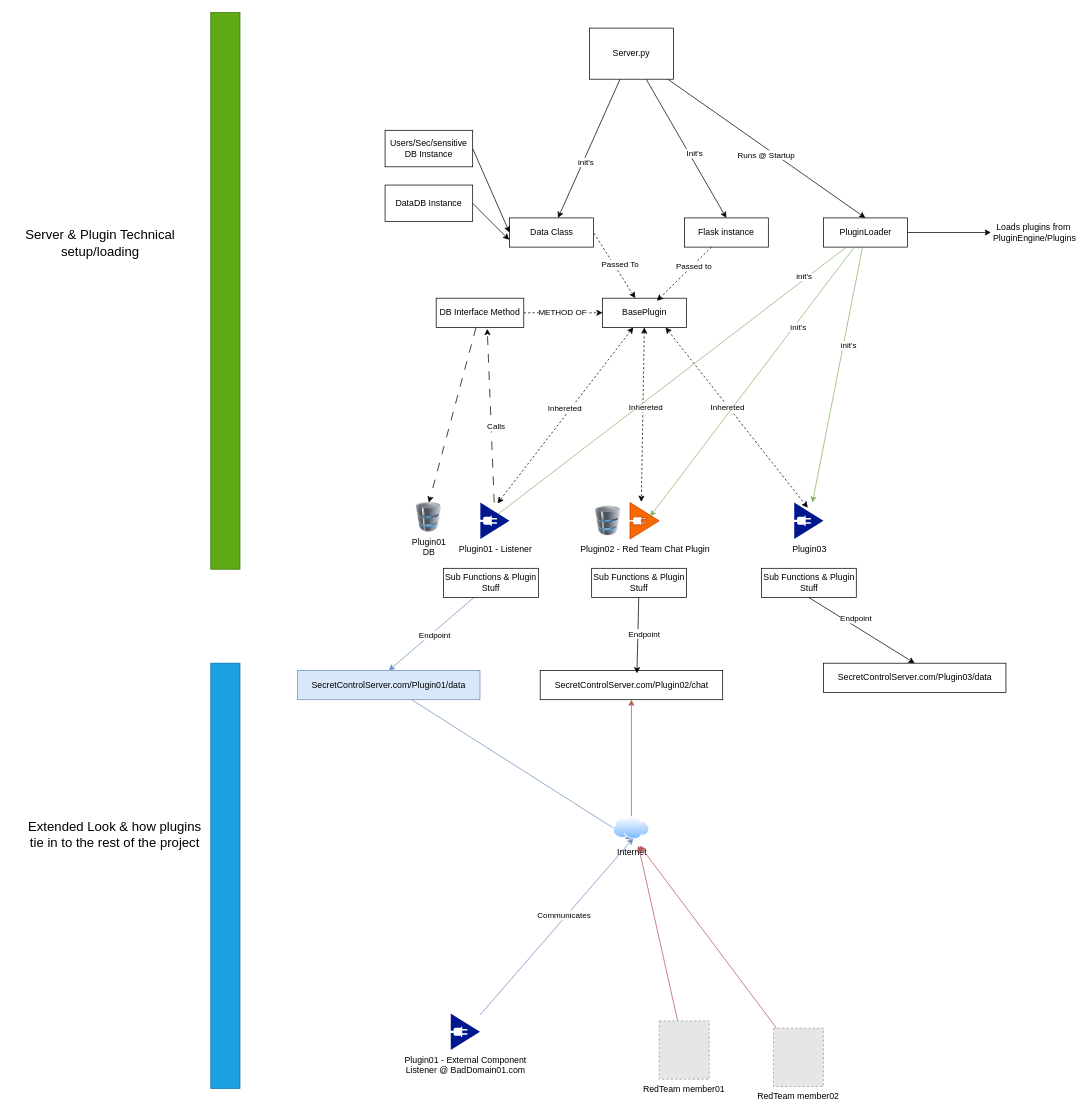
The draw.io diagram .Dev/PluginTechnicalSetup.drawio in ryanq47/WhisperNet, before the edit. Source tidied: cells renumbered, new cells numbered last; positions are measured from the earlier drawing's top-left corner, leaving out a move shared by most shapes. Both pictures are drawn from the tidied source at 73%, with x=0, y=0 at pixel (-53, 28). Pictures stored in the file or linked from it are replaced by grey dashed boxes.
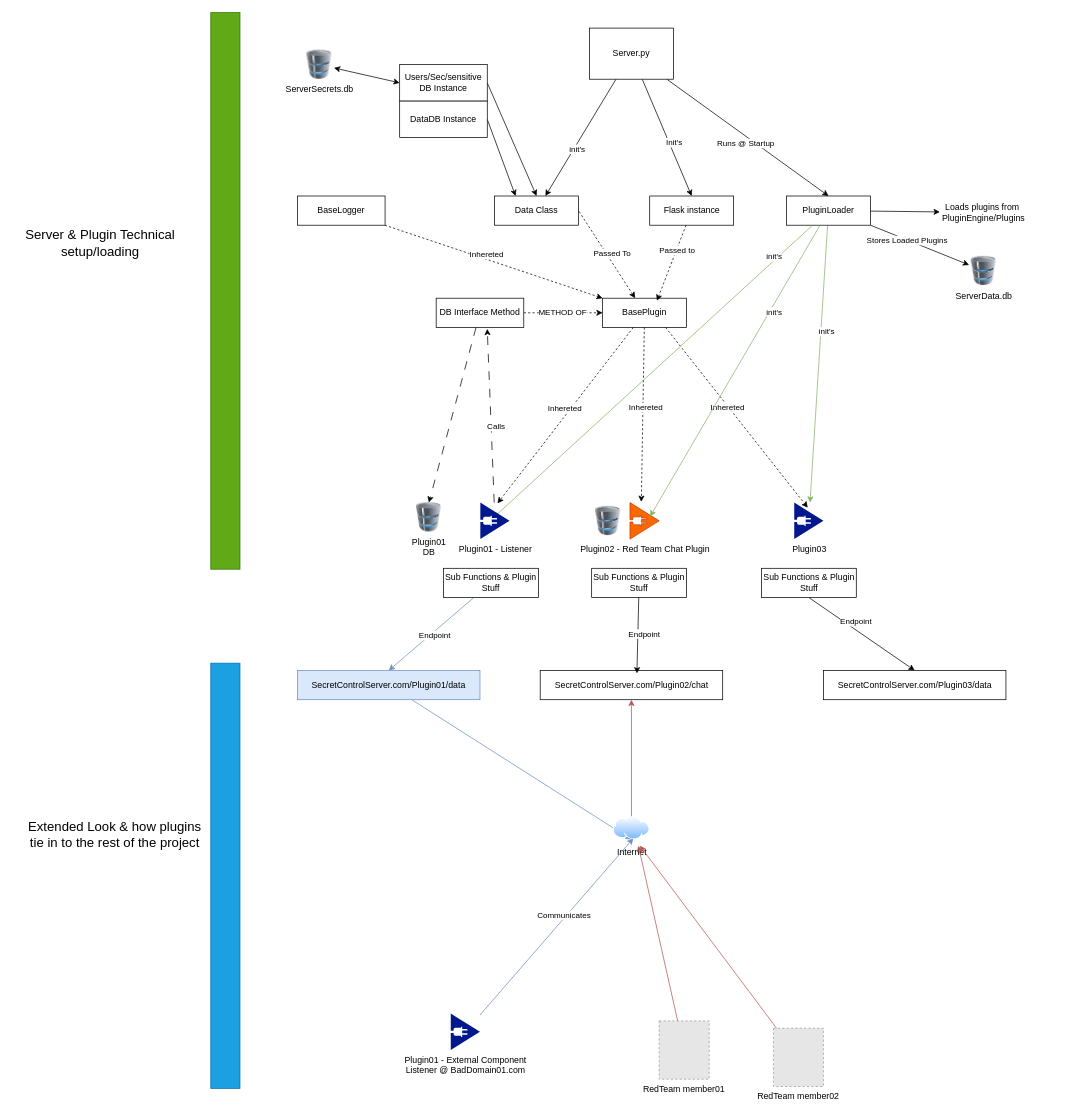
The same diagram, later.

Unchanged cells that the change refers to:
```xml
<mxCell id="9" value="Plugin02 - Red Team Chat Plugin" style="sketch=0;shadow=0;dashed=0;html=1;strokeColor=#C73500;labelPosition=center;verticalLabelPosition=bottom;verticalAlign=top;align=center;fillColor=#fa6800;shape=mxgraph.mscae.enterprise.plug_and_play;fontColor=#000000;" parent="1" vertex="1">
  <mxGeometry x="935.5" y="650" width="40" height="50" as="geometry" />
</mxCell>
<mxCell id="10" value="Plugin03" style="sketch=0;shadow=0;dashed=0;html=1;strokeColor=none;labelPosition=center;verticalLabelPosition=bottom;verticalAlign=top;align=center;fillColor=#00188D;shape=mxgraph.mscae.enterprise.plug_and_play;" parent="1" vertex="1">
  <mxGeometry x="1160.5" y="650" width="40" height="50" as="geometry" />
</mxCell>
<mxCell id="14" value="BasePlugin" style="rounded=0;whiteSpace=wrap;html=1;" parent="1" vertex="1">
  <mxGeometry x="898" y="370" width="115" height="40" as="geometry" />
</mxCell>
<mxCell id="39" value="Plugin01 - Listener" style="sketch=0;shadow=0;dashed=0;html=1;strokeColor=none;labelPosition=center;verticalLabelPosition=bottom;verticalAlign=top;align=center;fillColor=#00188D;shape=mxgraph.mscae.enterprise.plug_and_play;" parent="1" vertex="1">
  <mxGeometry x="730.5" y="650" width="40" height="50" as="geometry" />
</mxCell>
```

Change to the diagram source:
```diff
@@
     <mxCell id="11" value="Data Class" style="rounded=0;whiteSpace=wrap;html=1;" parent="1" vertex="1">
-      <mxGeometry x="770.5" y="260" width="115" height="40" as="geometry" />
+      <mxGeometry x="750" y="230" width="115" height="40" as="geometry" />
     </mxCell>
@@
-    <mxCell id="17" style="edgeStyle=orthogonalEdgeStyle;rounded=0;jettySize=auto;html=1;" parent="1" edge="1" source="18" target="40">
+    <mxCell id="17" style="rounded=0;jettySize=auto;html=1;" parent="1" edge="1" source="18" target="40">
       <mxGeometry relative="1" as="geometry" />
     </mxCell>
     <mxCell id="18" value="PluginLoader" style="rounded=0;whiteSpace=wrap;html=1;" parent="1" vertex="1">
-      <mxGeometry x="1200.5" y="260" width="115" height="40" as="geometry" />
+      <mxGeometry x="1150" y="230" width="115" height="40" as="geometry" />
     </mxCell>
-    <mxCell id="19" style="rounded=0;jettySize=auto;html=1;entryX=0.588;entryY=0.02;entryDx=0;entryDy=0;entryPerimeter=0;dashed=1;startArrow=classic;startFill=1;" parent="1" edge="1" source="14" target="39">
+    <mxCell id="19" style="rounded=0;jettySize=auto;html=1;entryX=0.588;entryY=0.02;entryDx=0;entryDy=0;entryPerimeter=0;dashed=1;startArrow=none;startFill=0;" parent="1" edge="1" source="14" target="39">
       <mxGeometry relative="1" as="geometry" />
     </mxCell>
@@
-    <mxCell id="21" style="rounded=0;jettySize=auto;html=1;entryX=0.388;entryY=-0.02;entryDx=0;entryDy=0;entryPerimeter=0;dashed=1;startArrow=classic;startFill=1;" parent="1" edge="1" source="14" target="9">
+    <mxCell id="21" style="rounded=0;jettySize=auto;html=1;entryX=0.388;entryY=-0.02;entryDx=0;entryDy=0;entryPerimeter=0;dashed=1;startArrow=none;startFill=0;" parent="1" edge="1" source="14" target="9">
       <mxGeometry relative="1" as="geometry" />
     </mxCell>
@@
-    <mxCell id="23" style="rounded=0;jettySize=auto;html=1;exitX=0.75;exitY=1;exitDx=0;exitDy=0;entryX=0.463;entryY=0.14;entryDx=0;entryDy=0;entryPerimeter=0;dashed=1;startArrow=classic;startFill=1;" parent="1" edge="1" source="14" target="10">
+    <mxCell id="23" style="rounded=0;jettySize=auto;html=1;exitX=0.75;exitY=1;exitDx=0;exitDy=0;entryX=0.463;entryY=0.14;entryDx=0;entryDy=0;entryPerimeter=0;dashed=1;startArrow=none;startFill=0;" parent="1" edge="1" source="14" target="10">
       <mxGeometry relative="1" as="geometry" />
     </mxCell>
@@
     <mxCell id="25" value="Flask instance" style="rounded=0;whiteSpace=wrap;html=1;" parent="1" vertex="1">
-      <mxGeometry x="1010" y="260" width="115" height="40" as="geometry" />
+      <mxGeometry x="962.5" y="230" width="115" height="40" as="geometry" />
     </mxCell>
@@
     <mxCell id="40" value="Loads plugins from&amp;nbsp;&lt;br&gt;PluginEngine/Plugins" style="text;html=1;strokeColor=none;fillColor=none;align=center;verticalAlign=middle;whiteSpace=wrap;rounded=0;" parent="1" vertex="1">
-      <mxGeometry x="1430" y="265" width="120" height="30" as="geometry" />
+      <mxGeometry x="1360" y="237.5" width="120" height="30" as="geometry" />
     </mxCell>
@@
     <mxCell id="44" value="SecretControlServer.com/Plugin03/data" style="rounded=0;whiteSpace=wrap;html=1;" parent="1" vertex="1">
-      <mxGeometry x="1200.5" y="870" width="250" height="40" as="geometry" />
+      <mxGeometry x="1200.5" y="880" width="250" height="40" as="geometry" />
     </mxCell>
@@
-    <mxCell id="60" style="rounded=0;jettySize=auto;html=1;exitX=1;exitY=0.5;exitDx=0;exitDy=0;entryX=0;entryY=0.5;entryDx=0;entryDy=0;" parent="1" edge="1" source="61" target="11">
+    <mxCell id="60" style="rounded=0;jettySize=auto;html=1;exitX=1;exitY=0.5;exitDx=0;exitDy=0;entryX=0.5;entryY=0;entryDx=0;entryDy=0;" parent="1" edge="1" source="61" target="11">
       <mxGeometry relative="1" as="geometry" />
     </mxCell>
     <mxCell id="61" value="Users/Sec/sensitive DB Instance" style="rounded=0;whiteSpace=wrap;html=1;" parent="1" vertex="1">
-      <mxGeometry x="600" y="140" width="120" height="50" as="geometry" />
+      <mxGeometry x="620" y="50" width="120" height="50" as="geometry" />
     </mxCell>
-    <mxCell id="62" style="rounded=0;jettySize=auto;html=1;exitX=1;exitY=0.5;exitDx=0;exitDy=0;" parent="1" edge="1" source="63">
-      <mxGeometry relative="1" as="geometry">
-        <mxPoint x="770" y="290" as="targetPoint" />
-      </mxGeometry>
+    <mxCell id="62" style="rounded=0;jettySize=auto;html=1;exitX=1;exitY=0.5;exitDx=0;exitDy=0;entryX=0.25;entryY=0;entryDx=0;entryDy=0;" parent="1" edge="1" source="63" target="11">
+      <mxGeometry relative="1" as="geometry" />
     </mxCell>
     <mxCell id="63" value="DataDB Instance" style="rounded=0;whiteSpace=wrap;html=1;" parent="1" vertex="1">
-      <mxGeometry x="600" y="215" width="120" height="50" as="geometry" />
+      <mxGeometry x="620" y="100" width="120" height="50" as="geometry" />
     </mxCell>
@@
+    <mxCell id="72" style="rounded=0;jettySize=auto;html=1;entryX=0;entryY=0;entryDx=0;entryDy=0;dashed=1;" parent="1" edge="1" source="74" target="14">
+      <mxGeometry relative="1" as="geometry" />
+    </mxCell>
+    <mxCell id="73" value="Inhereted" style="edgeLabel;html=1;align=center;verticalAlign=middle;" parent="72" vertex="1">
+      <mxGeometry x="-0.08" y="7" relative="1" as="geometry">
+        <mxPoint x="-1" as="offset" />
+      </mxGeometry>
+    </mxCell>
+    <mxCell id="74" value="BaseLogger" style="rounded=0;whiteSpace=wrap;html=1;" parent="1" vertex="1">
+      <mxGeometry x="480" y="230" width="120" height="40" as="geometry" />
+    </mxCell>
+    <mxCell id="75" style="rounded=0;jettySize=auto;html=1;entryX=1;entryY=1;entryDx=0;entryDy=0;startArrow=classic;startFill=1;endArrow=none;endFill=0;" parent="1" edge="1" source="77" target="18">
+      <mxGeometry relative="1" as="geometry" />
+    </mxCell>
+    <mxCell id="76" value="Stores Loaded Plugins" style="edgeLabel;html=1;align=center;verticalAlign=middle;" parent="75" vertex="1">
+      <mxGeometry x="0.27" y="1" relative="1" as="geometry" />
+    </mxCell>
+    <mxCell id="77" value="ServerData.db" style="image;html=1;image=img/lib/clip_art/computers/Database_128x128.png;" parent="1" vertex="1">
+      <mxGeometry x="1400" y="312.5" width="40" height="40" as="geometry" />
+    </mxCell>
+    <mxCell id="78" style="rounded=0;jettySize=auto;html=1;entryX=0;entryY=0.5;entryDx=0;entryDy=0;startArrow=classic;startFill=1;" parent="1" edge="1" source="79" target="61">
+      <mxGeometry relative="1" as="geometry" />
+    </mxCell>
+    <mxCell id="79" value="ServerSecrets.db" style="image;html=1;image=img/lib/clip_art/computers/Database_128x128.png;" parent="1" vertex="1">
+      <mxGeometry x="490" y="30" width="40" height="40" as="geometry" />
+    </mxCell>
```
